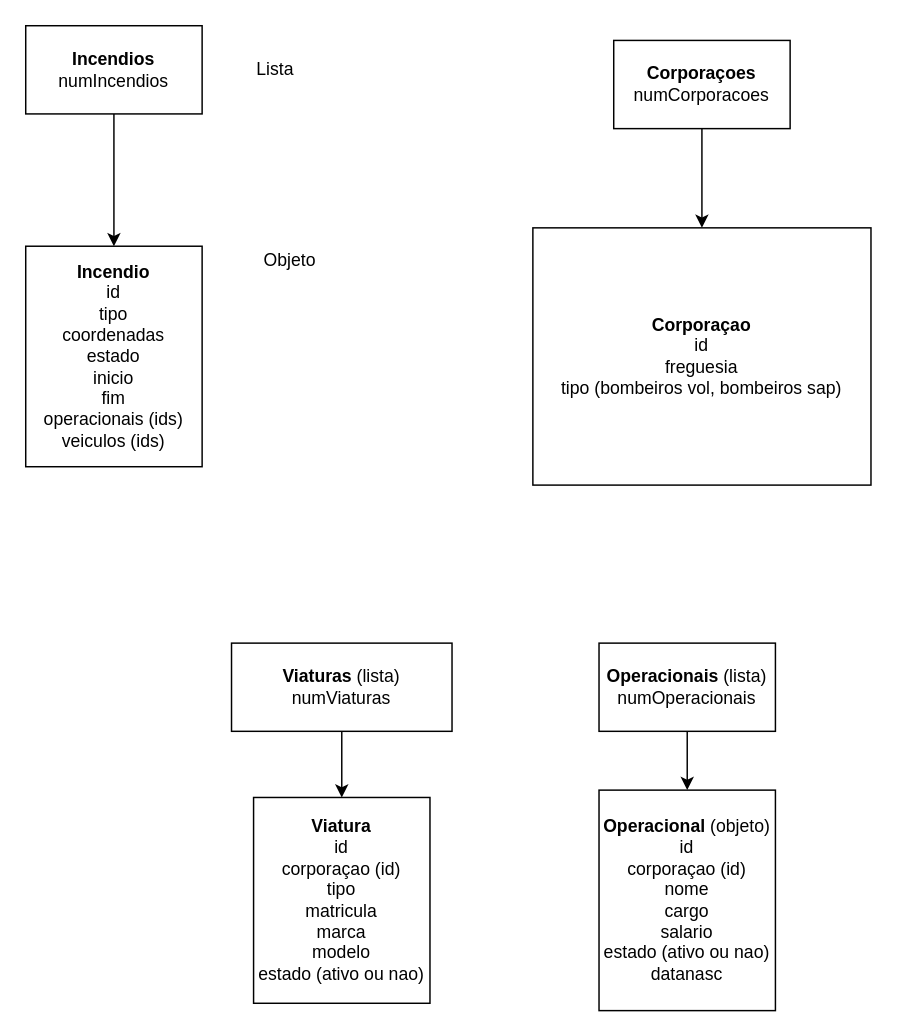
Before: Diagrama-Classes.drawio in duartemelo/LP2, a draw.io diagram. Source tidied: cells renumbered, new cells numbered last; positions are measured from the earlier drawing's top-left corner, leaving out a move shared by most shapes. Both pictures are drawn from the tidied source at 147%, with x=0, y=0 at pixel (25, 25).
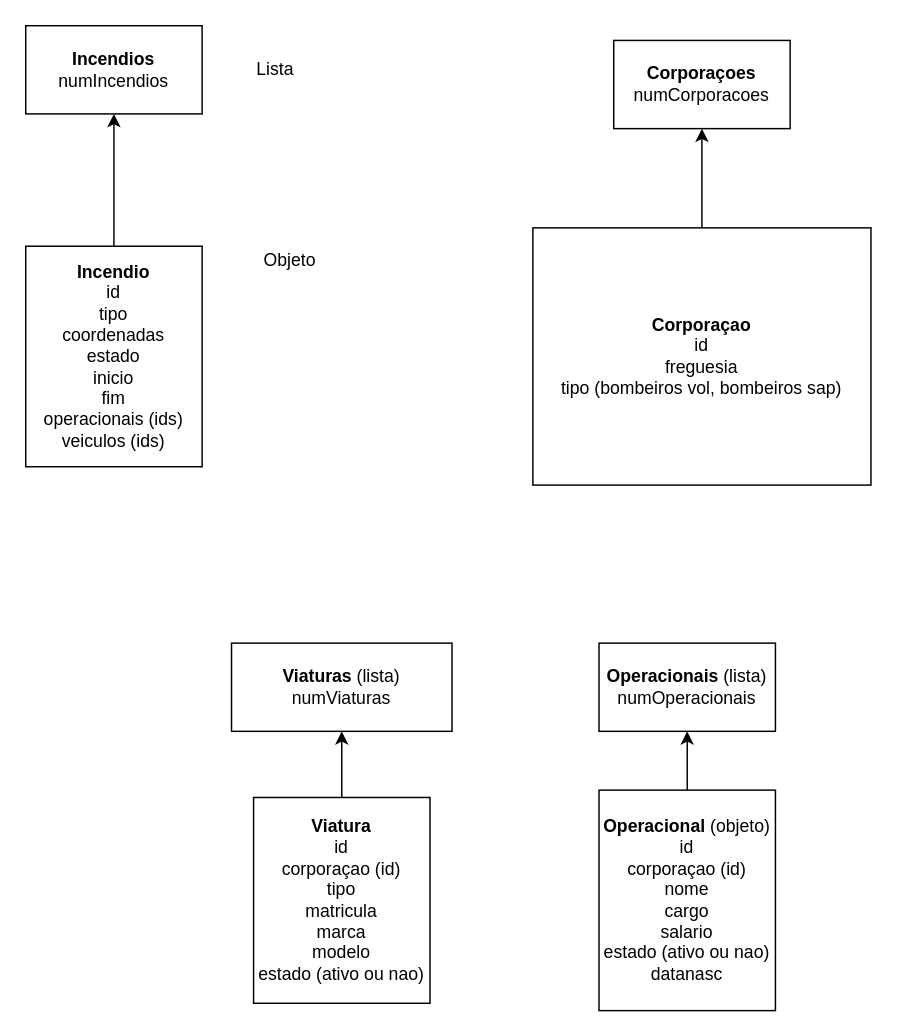
Above is the later version.

Commit message (it also covers changes not shown here):
Diagrama de classes update

Change to the diagram source:
```diff
@@
 <mxGraphModel>
   <root>
     <mxCell id="0" />
     <mxCell id="1" parent="0" />
-    <mxCell id="2" style="edgeStyle=orthogonalEdgeStyle;rounded=0;jettySize=auto;html=1;exitX=0.5;exitY=1;exitDx=0;exitDy=0;entryX=0.5;entryY=0;entryDx=0;entryDy=0;" parent="1" edge="1" source="3" target="4">
-      <mxGeometry relative="1" as="geometry" />
-    </mxCell>
     <mxCell id="3" value="&lt;b&gt;Incendios&lt;/b&gt;&lt;br&gt;numIncendios" style="rounded=0;whiteSpace=wrap;html=1;" parent="1" vertex="1">
       <mxGeometry width="120" height="60" as="geometry" />
     </mxCell>
+    <mxCell id="16" style="edgeStyle=orthogonalEdgeStyle;rounded=0;jettySize=auto;html=1;entryX=0.5;entryY=1;entryDx=0;entryDy=0;" parent="1" edge="1" source="4" target="3">
+      <mxGeometry relative="1" as="geometry" />
+    </mxCell>
     <mxCell id="4" value="&lt;b&gt;Incendio&lt;/b&gt;&lt;br&gt;id&lt;br&gt;tipo&lt;br&gt;coordenadas&lt;br&gt;estado&lt;br&gt;inicio&lt;br&gt;fim&lt;br&gt;operacionais (ids)&lt;br&gt;veiculos (ids)" style="rounded=0;whiteSpace=wrap;html=1;" parent="1" vertex="1">
       <mxGeometry y="150" width="120" height="150" as="geometry" />
     </mxCell>
     <mxCell id="5" value="Lista" style="text;html=1;strokeColor=none;fillColor=none;align=center;verticalAlign=middle;whiteSpace=wrap;rounded=0;" parent="1" vertex="1">
       <mxGeometry x="150" y="20" width="40" height="20" as="geometry" />
     </mxCell>
     <mxCell id="6" value="Objeto" style="text;html=1;strokeColor=none;fillColor=none;align=center;verticalAlign=middle;whiteSpace=wrap;rounded=0;" parent="1" vertex="1">
       <mxGeometry x="160" y="150" width="40" height="20" as="geometry" />
     </mxCell>
-    <mxCell id="7" style="edgeStyle=orthogonalEdgeStyle;rounded=0;jettySize=auto;html=1;exitX=0.5;exitY=1;exitDx=0;exitDy=0;" parent="1" edge="1" source="8" target="9">
-      <mxGeometry relative="1" as="geometry" />
-    </mxCell>
     <mxCell id="8" value="&lt;b&gt;Corporaçoes&lt;/b&gt;&lt;br&gt;numCorporacoes" style="rounded=0;whiteSpace=wrap;html=1;" parent="1" vertex="1">
       <mxGeometry x="400" y="10" width="120" height="60" as="geometry" />
     </mxCell>
+    <mxCell id="17" style="edgeStyle=orthogonalEdgeStyle;rounded=0;jettySize=auto;html=1;entryX=0.5;entryY=1;entryDx=0;entryDy=0;" parent="1" edge="1" source="9" target="8">
+      <mxGeometry relative="1" as="geometry" />
+    </mxCell>
     <mxCell id="9" value="&lt;b&gt;Corporaçao&lt;/b&gt;&lt;br&gt;id&lt;br&gt;freguesia&lt;br&gt;tipo (bombeiros vol, bombeiros sap)" style="rounded=0;whiteSpace=wrap;html=1;" parent="1" vertex="1">
       <mxGeometry x="345" y="137.5" width="230" height="175" as="geometry" />
     </mxCell>
-    <mxCell id="10" style="edgeStyle=orthogonalEdgeStyle;rounded=0;jettySize=auto;html=1;entryX=0.5;entryY=0;entryDx=0;entryDy=0;" parent="1" edge="1" source="11" target="12">
-      <mxGeometry relative="1" as="geometry" />
-    </mxCell>
     <mxCell id="11" value="&lt;b&gt;Operacionais&lt;/b&gt; (lista)&lt;br&gt;numOperacionais" style="rounded=0;whiteSpace=wrap;html=1;" parent="1" vertex="1">
       <mxGeometry x="390" y="420" width="120" height="60" as="geometry" />
     </mxCell>
+    <mxCell id="18" style="edgeStyle=orthogonalEdgeStyle;rounded=0;jettySize=auto;html=1;entryX=0.5;entryY=1;entryDx=0;entryDy=0;" parent="1" edge="1" source="12" target="11">
+      <mxGeometry relative="1" as="geometry" />
+    </mxCell>
     <mxCell id="12" value="&lt;b&gt;Operacional &lt;/b&gt;(objeto)&lt;br&gt;id&lt;br&gt;corporaçao (id)&lt;br&gt;nome&lt;br&gt;cargo&lt;br&gt;salario&lt;br&gt;estado (ativo ou nao)&lt;br&gt;datanasc" style="rounded=0;whiteSpace=wrap;html=1;" parent="1" vertex="1">
       <mxGeometry x="390" y="520" width="120" height="150" as="geometry" />
     </mxCell>
-    <mxCell id="13" style="edgeStyle=orthogonalEdgeStyle;rounded=0;jettySize=auto;html=1;entryX=0.5;entryY=0;entryDx=0;entryDy=0;" parent="1" edge="1" source="14" target="15">
-      <mxGeometry relative="1" as="geometry" />
-    </mxCell>
     <mxCell id="14" value="&lt;b&gt;Viaturas&lt;/b&gt; (lista)&lt;br&gt;numViaturas" style="rounded=0;whiteSpace=wrap;html=1;" parent="1" vertex="1">
       <mxGeometry x="140" y="420" width="150" height="60" as="geometry" />
     </mxCell>
+    <mxCell id="19" style="edgeStyle=orthogonalEdgeStyle;rounded=0;jettySize=auto;html=1;" parent="1" edge="1" source="15" target="14">
+      <mxGeometry relative="1" as="geometry" />
+    </mxCell>
     <mxCell id="15" value="&lt;b&gt;Viatura&lt;/b&gt;&lt;br&gt;id&lt;br&gt;corporaçao (id)&lt;br&gt;tipo&lt;br&gt;matricula&lt;br&gt;marca&lt;br&gt;modelo&lt;br&gt;estado (ativo ou nao)" style="rounded=0;whiteSpace=wrap;html=1;" parent="1" vertex="1">
       <mxGeometry x="155" y="525" width="120" height="140" as="geometry" />
     </mxCell>
   </root>
 </mxGraphModel>
```
